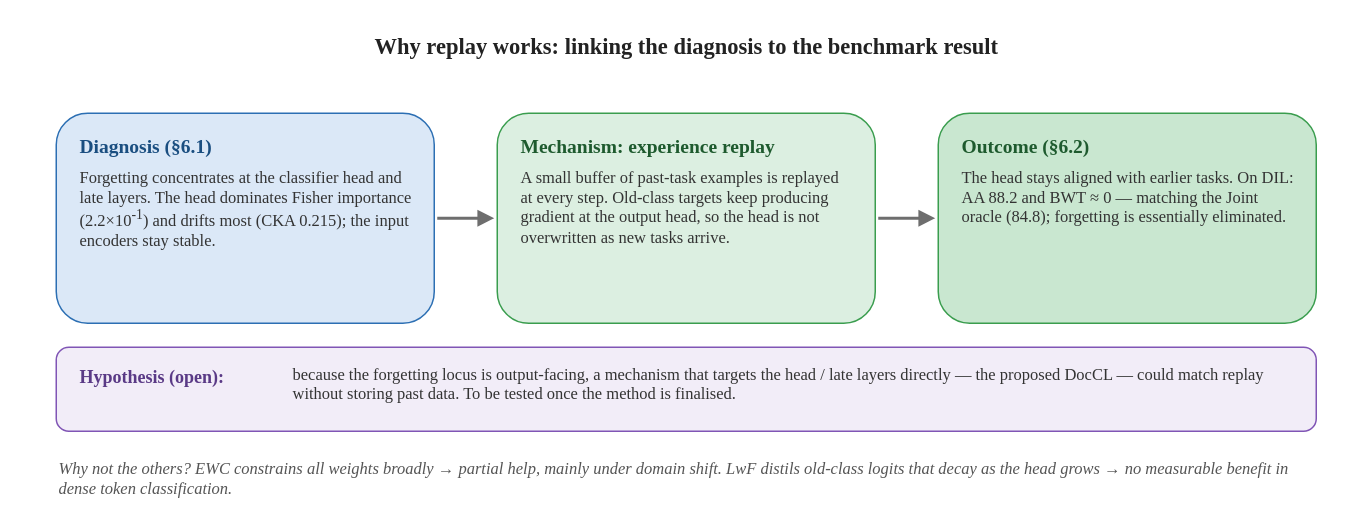
Earlier version of the draw.io diagram thesis/figures_src/drawio/replay_mechanism.drawio (hoangthanh283/CLUE). Source tidied: cells renumbered, new cells numbered last; positions are measured from the earlier drawing's top-left corner, leaving out a move shared by most shapes. Both pictures are drawn from the tidied source at 150%, with x=0, y=0 at pixel (26, 26).
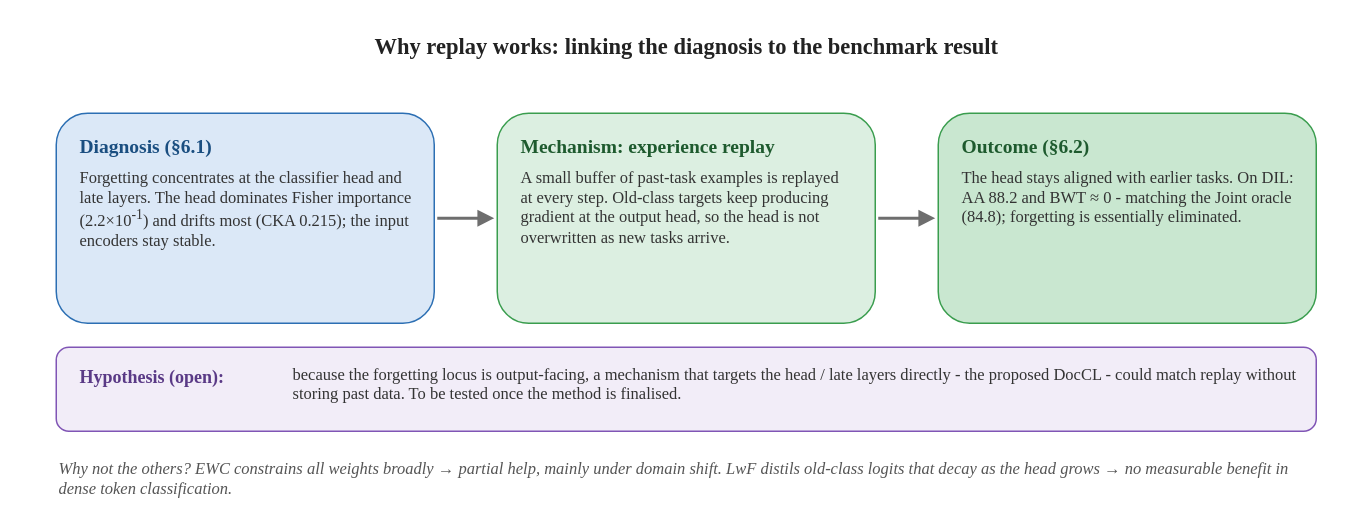
The same page after the edit.

Change to the diagram source:
```diff
@@
 <mxGraphModel>
   <root>
     <mxCell id="0" />
     <mxCell id="1" parent="0" />
     <mxCell id="2" value="Why replay works: linking the diagnosis to the benchmark result" style="text;html=1;align=center;verticalAlign=middle;fontFamily=Times New Roman;fontSize=15;fontStyle=1;fontColor=#222222;" parent="1" vertex="1">
       <mxGeometry width="880" height="26" as="geometry" />
     </mxCell>
     <mxCell id="3" style="rounded=1;whiteSpace=wrap;html=1;fillColor=#DBE8F7;strokeColor=#2C6FB3;" parent="1" vertex="1">
       <mxGeometry x="20" y="58" width="252" height="140" as="geometry" />
     </mxCell>
     <mxCell id="4" value="Diagnosis (§6.1)" style="text;html=1;align=left;fontFamily=Times New Roman;fontSize=13;fontStyle=1;fontColor=#1A4E80;" parent="1" vertex="1">
       <mxGeometry x="34" y="66" width="220" height="20" as="geometry" />
     </mxCell>
     <mxCell id="5" value="Forgetting concentrates at the classifier head and late layers. The head dominates Fisher importance (2.2×10&lt;sup&gt;-1&lt;/sup&gt;) and drifts most (CKA 0.215); the input encoders stay stable." style="text;html=1;align=left;fontFamily=Times New Roman;fontSize=11;fontColor=#333333;whiteSpace=wrap;" parent="1" vertex="1">
       <mxGeometry x="34" y="88" width="224" height="104" as="geometry" />
     </mxCell>
     <mxCell id="6" style="rounded=1;whiteSpace=wrap;html=1;fillColor=#DCEFE1;strokeColor=#3A9D4E;" parent="1" vertex="1">
       <mxGeometry x="314" y="58" width="252" height="140" as="geometry" />
     </mxCell>
     <mxCell id="7" value="Mechanism: experience replay" style="text;html=1;align=left;fontFamily=Times New Roman;fontSize=13;fontStyle=1;fontColor=#1E5A2E;" parent="1" vertex="1">
       <mxGeometry x="328" y="66" width="224" height="20" as="geometry" />
     </mxCell>
     <mxCell id="8" value="A small buffer of past-task examples is replayed at every step. Old-class targets keep producing gradient at the output head, so the head is not overwritten as new tasks arrive." style="text;html=1;align=left;fontFamily=Times New Roman;fontSize=11;fontColor=#333333;whiteSpace=wrap;" parent="1" vertex="1">
       <mxGeometry x="328" y="88" width="224" height="104" as="geometry" />
     </mxCell>
     <mxCell id="9" style="rounded=1;whiteSpace=wrap;html=1;fillColor=#C9E7D0;strokeColor=#3A9D4E;" parent="1" vertex="1">
       <mxGeometry x="608" y="58" width="252" height="140" as="geometry" />
     </mxCell>
     <mxCell id="10" value="Outcome (§6.2)" style="text;html=1;align=left;fontFamily=Times New Roman;fontSize=13;fontStyle=1;fontColor=#1E5A2E;" parent="1" vertex="1">
       <mxGeometry x="622" y="66" width="220" height="20" as="geometry" />
     </mxCell>
-    <mxCell id="11" value="The head stays aligned with earlier tasks. On DIL: AA 88.2 and BWT ≈ 0 — matching the Joint oracle (84.8); forgetting is essentially eliminated." style="text;html=1;align=left;fontFamily=Times New Roman;fontSize=11;fontColor=#333333;whiteSpace=wrap;" parent="1" vertex="1">
+    <mxCell id="11" value="The head stays aligned with earlier tasks. On DIL: AA 88.2 and BWT ≈ 0 - matching the Joint oracle (84.8); forgetting is essentially eliminated." style="text;html=1;align=left;fontFamily=Times New Roman;fontSize=11;fontColor=#333333;whiteSpace=wrap;" parent="1" vertex="1">
       <mxGeometry x="622" y="88" width="224" height="104" as="geometry" />
     </mxCell>
     <mxCell id="12" style="endArrow=block;endFill=1;html=1;strokeColor=#6E6E6E;strokeWidth=2;" parent="1" edge="1">
       <mxGeometry relative="1" as="geometry">
         <mxPoint x="274" y="128" as="sourcePoint" />
         <mxPoint x="312" y="128" as="targetPoint" />
       </mxGeometry>
     </mxCell>
     <mxCell id="13" style="endArrow=block;endFill=1;html=1;strokeColor=#6E6E6E;strokeWidth=2;" parent="1" edge="1">
       <mxGeometry relative="1" as="geometry">
         <mxPoint x="568" y="128" as="sourcePoint" />
         <mxPoint x="606" y="128" as="targetPoint" />
       </mxGeometry>
     </mxCell>
     <mxCell id="14" style="rounded=1;html=1;fillColor=#F2EDF8;strokeColor=#8055B5;" parent="1" vertex="1">
       <mxGeometry x="20" y="214" width="840" height="56" as="geometry" />
     </mxCell>
     <mxCell id="15" value="Hypothesis (open):" style="text;html=1;align=left;fontFamily=Times New Roman;fontSize=12;fontStyle=1;fontColor=#5A3A86;" parent="1" vertex="1">
       <mxGeometry x="34" y="220" width="140" height="18" as="geometry" />
     </mxCell>
-    <mxCell id="16" value="because the forgetting locus is output-facing, a mechanism that targets the head / late layers directly — the proposed DocCL — could match replay without storing past data. To be tested once the method is finalised." style="text;html=1;align=left;fontFamily=Times New Roman;fontSize=11;fontColor=#333333;whiteSpace=wrap;" parent="1" vertex="1">
+    <mxCell id="16" value="because the forgetting locus is output-facing, a mechanism that targets the head / late layers directly - the proposed DocCL - could match replay without storing past data. To be tested once the method is finalised." style="text;html=1;align=left;fontFamily=Times New Roman;fontSize=11;fontColor=#333333;whiteSpace=wrap;" parent="1" vertex="1">
       <mxGeometry x="176" y="219" width="676" height="46" as="geometry" />
     </mxCell>
     <mxCell id="17" value="Why not the others? EWC constrains all weights broadly → partial help, mainly under domain shift. LwF distils old-class logits that decay as the head grows → no measurable benefit in dense token classification." style="text;html=1;align=left;fontFamily=Times New Roman;fontSize=11;fontStyle=2;fontColor=#555555;whiteSpace=wrap;" parent="1" vertex="1">
       <mxGeometry x="20" y="282" width="840" height="34" as="geometry" />
     </mxCell>
   </root>
 </mxGraphModel>
```
